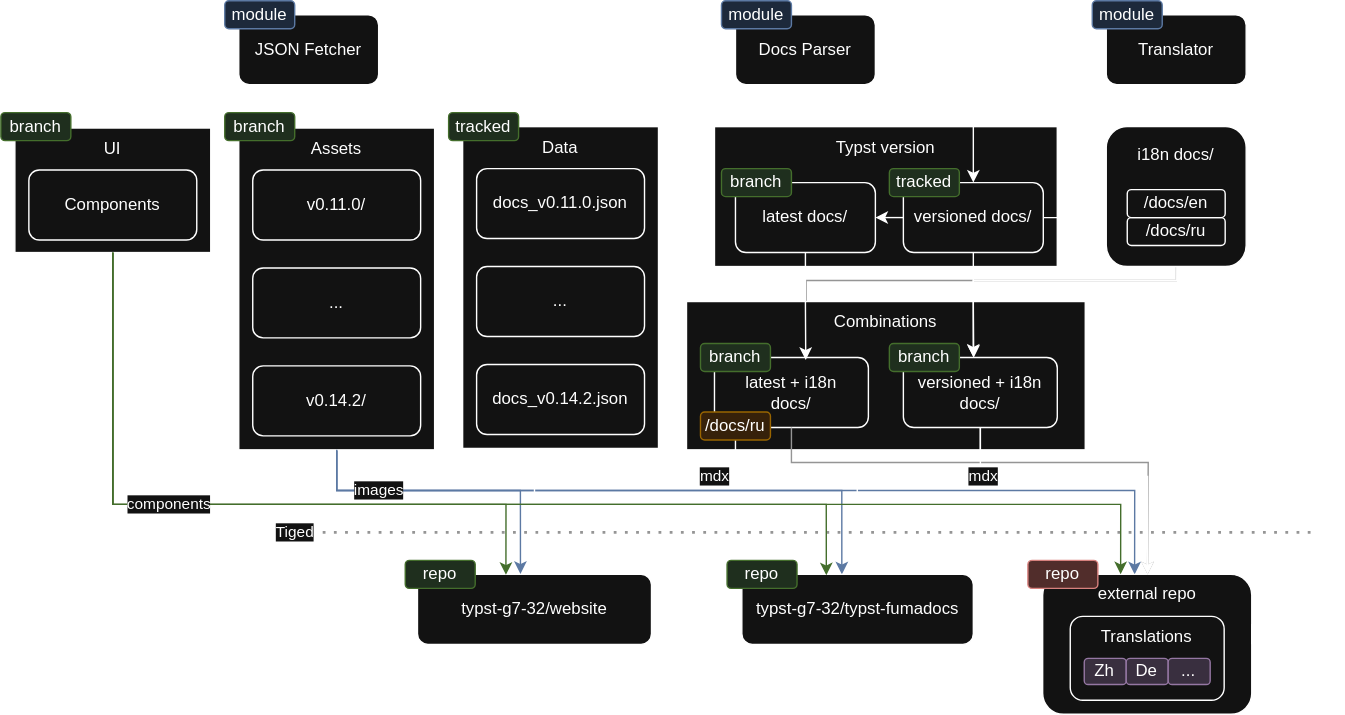
Earlier version of the draw.io export assets/pipeline.svg (riyandiweb/typst-mdx-docs). Source tidied: cells renumbered, new cells last; positions are measured from the earlier drawing's top-left corner, leaving out a move shared by most shapes.
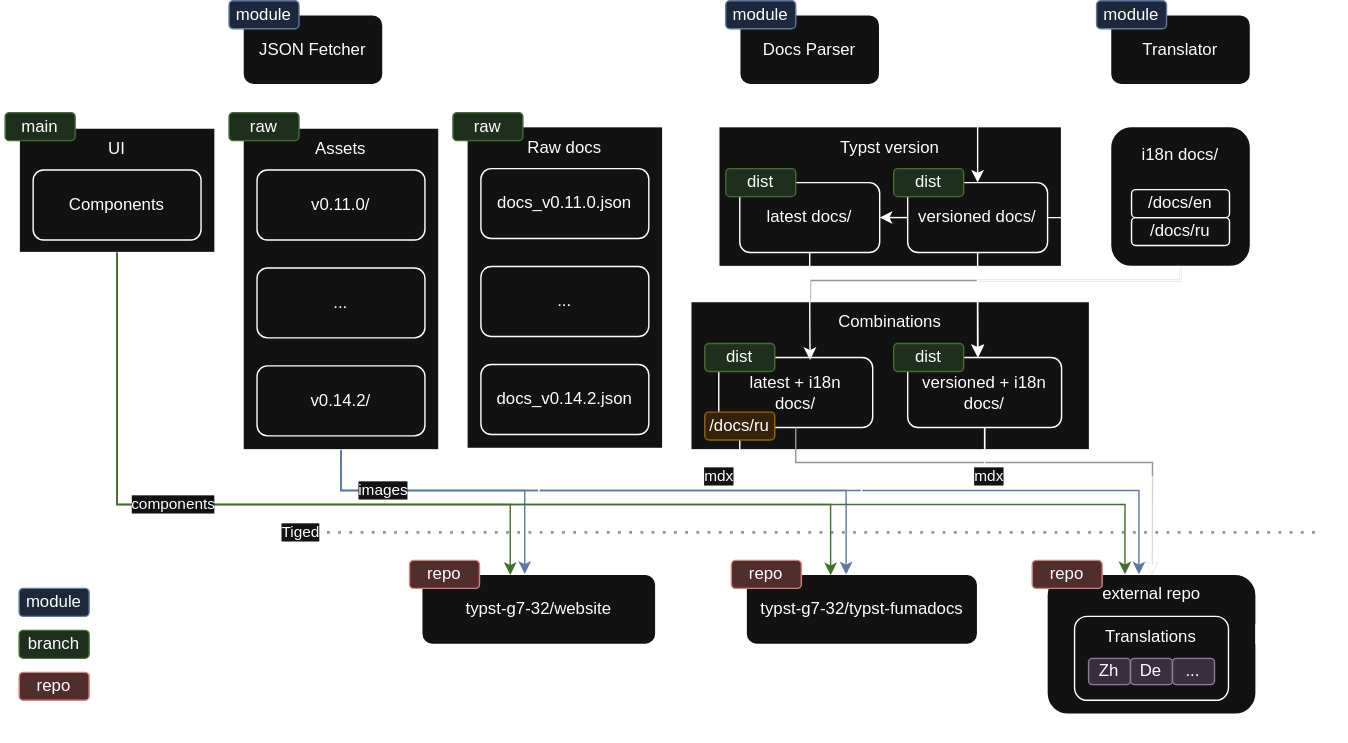
The same file after the commit.

Diff of the diagram source:
```diff
@@ -76,7 +76,7 @@
     <mxCell id="19" value="latest docs/" style="rounded=1;whiteSpace=wrap;html=1;" parent="18" vertex="1">
       <mxGeometry x="10" y="10" width="100" height="50" as="geometry" />
     </mxCell>
-    <mxCell id="20" value="branch" style="rounded=1;whiteSpace=wrap;html=1;fillColor=#d5e8d4;strokeColor=#82b366;" parent="18" vertex="1">
+    <mxCell id="20" value="dist" style="rounded=1;whiteSpace=wrap;html=1;fillColor=#d5e8d4;strokeColor=#82b366;" parent="18" vertex="1">
       <mxGeometry width="50" height="20" as="geometry" />
     </mxCell>
     <mxCell id="21" style="group;" parent="16" vertex="1">
@@ -85,7 +85,7 @@
     <mxCell id="22" value="versioned docs/" style="rounded=1;whiteSpace=wrap;html=1;" parent="21" vertex="1">
       <mxGeometry x="10" y="10" width="100" height="50" as="geometry" />
     </mxCell>
-    <mxCell id="23" value="tracked" style="rounded=1;whiteSpace=wrap;html=1;fillColor=#d5e8d4;strokeColor=#82b366;" parent="21" vertex="1">
+    <mxCell id="23" value="dist" style="rounded=1;whiteSpace=wrap;html=1;fillColor=#d5e8d4;strokeColor=#82b366;" parent="21" vertex="1">
       <mxGeometry width="50" height="20" as="geometry" />
     </mxCell>
     <mxCell id="24" value="Typst version" style="text;html=1;whiteSpace=wrap;strokeColor=none;fillColor=none;align=center;verticalAlign=middle;rounded=0;" parent="16" vertex="1">
@@ -101,7 +101,7 @@
       <mxGeometry x="-20" width="285" height="106" as="geometry" />
     </mxCell>
     <mxCell id="28" value="Combinations" style="text;html=1;whiteSpace=wrap;strokeColor=none;fillColor=none;align=center;verticalAlign=middle;rounded=0;" parent="26" vertex="1">
-      <mxGeometry width="245" height="30" as="geometry" />
+      <mxGeometry x="-20" width="285" height="30" as="geometry" />
     </mxCell>
     <mxCell id="29" style="group;" parent="26" vertex="1">
       <mxGeometry x="125" y="30" width="120" height="60" as="geometry" />
@@ -109,13 +109,13 @@
     <mxCell id="30" value="versioned + i18n docs/" style="rounded=1;whiteSpace=wrap;html=1;" parent="29" vertex="1">
       <mxGeometry x="10" y="10" width="110" height="50" as="geometry" />
     </mxCell>
-    <mxCell id="31" value="branch" style="rounded=1;whiteSpace=wrap;html=1;fillColor=#d5e8d4;strokeColor=#82b366;" parent="29" vertex="1">
+    <mxCell id="31" value="dist" style="rounded=1;whiteSpace=wrap;html=1;fillColor=#d5e8d4;strokeColor=#82b366;" parent="29" vertex="1">
       <mxGeometry width="50" height="20" as="geometry" />
     </mxCell>
     <mxCell id="32" value="&lt;div&gt;latest + i18n&lt;/div&gt;&lt;div&gt;docs/&lt;/div&gt;" style="rounded=1;whiteSpace=wrap;html=1;" parent="26" vertex="1">
       <mxGeometry y="40" width="110" height="50" as="geometry" />
     </mxCell>
-    <mxCell id="33" value="branch" style="rounded=1;whiteSpace=wrap;html=1;fillColor=#d5e8d4;strokeColor=#82b366;" parent="26" vertex="1">
+    <mxCell id="33" value="dist" style="rounded=1;whiteSpace=wrap;html=1;fillColor=#d5e8d4;strokeColor=#82b366;" parent="26" vertex="1">
       <mxGeometry x="-10" y="30" width="50" height="20" as="geometry" />
     </mxCell>
     <mxCell id="34" style="edgeStyle=orthogonalEdgeStyle;rounded=0;jettySize=auto;html=1;entryX=0.593;entryY=0.034;entryDx=0;entryDy=0;entryPerimeter=0;" parent="16" edge="1" source="19" target="32">
@@ -145,10 +145,10 @@
     <mxCell id="42" value="docs_v0.14.2.json" style="rounded=1;whiteSpace=wrap;html=1;" parent="38" vertex="1">
       <mxGeometry x="40" y="170" width="120" height="50" as="geometry" />
     </mxCell>
-    <mxCell id="43" value="Data" style="text;html=1;whiteSpace=wrap;strokeColor=none;fillColor=none;align=center;verticalAlign=middle;rounded=0;" parent="38" vertex="1">
+    <mxCell id="43" value="Raw docs" style="text;html=1;whiteSpace=wrap;strokeColor=none;fillColor=none;align=center;verticalAlign=middle;rounded=0;" parent="38" vertex="1">
       <mxGeometry x="30" width="140" height="30" as="geometry" />
     </mxCell>
-    <mxCell id="44" value="tracked" style="rounded=1;whiteSpace=wrap;html=1;fillColor=#d5e8d4;strokeColor=#82b366;" parent="38" vertex="1">
+    <mxCell id="44" value="raw" style="rounded=1;whiteSpace=wrap;html=1;fillColor=#d5e8d4;strokeColor=#82b366;" parent="38" vertex="1">
       <mxGeometry x="20" y="-10" width="50" height="20" as="geometry" />
     </mxCell>
     <mxCell id="45" style="edgeStyle=orthogonalEdgeStyle;rounded=0;jettySize=auto;html=1;entryX=0.5;entryY=0;entryDx=0;entryDy=0;" parent="1" edge="1" source="8" target="43">
@@ -197,7 +197,7 @@
     <mxCell id="56" value="typst-g7-32/website" style="rounded=1;whiteSpace=wrap;html=1;" parent="55" vertex="1">
       <mxGeometry x="8.7" y="10" width="167.3" height="50" as="geometry" />
     </mxCell>
-    <mxCell id="57" value="repo" style="rounded=1;whiteSpace=wrap;html=1;fillColor=#d5e8d4;strokeColor=#82b366;" parent="55" vertex="1">
+    <mxCell id="57" value="repo" style="rounded=1;whiteSpace=wrap;html=1;fillColor=#f8cecc;strokeColor=#b85450;" parent="55" vertex="1">
       <mxGeometry width="50" height="20" as="geometry" />
     </mxCell>
     <mxCell id="58" style="group;" parent="1" vertex="1">
@@ -206,7 +206,7 @@
     <mxCell id="59" value="typst-g7-32/typst-fumadocs" style="rounded=1;whiteSpace=wrap;html=1;" parent="58" vertex="1">
       <mxGeometry x="14.6" y="10" width="165.4" height="50" as="geometry" />
     </mxCell>
-    <mxCell id="60" value="repo" style="rounded=1;whiteSpace=wrap;html=1;fillColor=#d5e8d4;strokeColor=#82b366;" parent="58" vertex="1">
+    <mxCell id="60" value="repo" style="rounded=1;whiteSpace=wrap;html=1;fillColor=#f8cecc;strokeColor=#b85450;" parent="58" vertex="1">
       <mxGeometry x="4" width="50" height="20" as="geometry" />
     </mxCell>
     <mxCell id="61" style="group;" parent="1" vertex="1">
@@ -298,7 +298,7 @@
     <mxCell id="80" style="rounded=0;whiteSpace=wrap;html=1;" parent="79" vertex="1">
       <mxGeometry x="10" y="11" width="140" height="230" as="geometry" />
     </mxCell>
-    <mxCell id="81" value="branch" style="rounded=1;whiteSpace=wrap;html=1;fillColor=#d5e8d4;strokeColor=#82b366;" parent="79" vertex="1">
+    <mxCell id="81" value="raw" style="rounded=1;whiteSpace=wrap;html=1;fillColor=#d5e8d4;strokeColor=#82b366;" parent="79" vertex="1">
       <mxGeometry width="50" height="20" as="geometry" />
     </mxCell>
     <mxCell id="82" value="Assets" style="text;html=1;whiteSpace=wrap;strokeColor=none;fillColor=none;align=center;verticalAlign=middle;rounded=0;" parent="79" vertex="1">
@@ -335,7 +335,7 @@
     <mxCell id="90" style="rounded=0;whiteSpace=wrap;html=1;" parent="89" vertex="1">
       <mxGeometry x="10" y="11" width="140" height="89" as="geometry" />
     </mxCell>
-    <mxCell id="91" value="branch" style="rounded=1;whiteSpace=wrap;html=1;fillColor=#d5e8d4;strokeColor=#82b366;" parent="89" vertex="1">
+    <mxCell id="91" value="main" style="rounded=1;whiteSpace=wrap;html=1;fillColor=#d5e8d4;strokeColor=#82b366;" parent="89" vertex="1">
       <mxGeometry width="50" height="20" as="geometry" />
     </mxCell>
     <mxCell id="92" value="UI" style="text;html=1;whiteSpace=wrap;strokeColor=none;fillColor=none;align=center;verticalAlign=middle;rounded=0;" parent="89" vertex="1">
@@ -376,5 +376,41 @@
     <mxCell id="98" style="edgeStyle=orthogonalEdgeStyle;rounded=0;jettySize=auto;html=1;entryX=0;entryY=0.5;entryDx=0;entryDy=0;" parent="1" edge="1" source="22" target="14">
       <mxGeometry relative="1" as="geometry" />
     </mxCell>
+    <mxCell id="99" style="group;" parent="1" vertex="1">
+      <mxGeometry x="-2.5" y="390" width="192.5" height="140" as="geometry" />
+    </mxCell>
+    <mxCell id="100" style="rounded=0;whiteSpace=wrap;html=1;fontSize=10;dashed=1;fillColor=none;" parent="99" vertex="1">
+      <mxGeometry width="180" height="120" as="geometry" />
+    </mxCell>
+    <mxCell id="101" style="group;" parent="99" vertex="1">
+      <mxGeometry x="12.5" y="90" width="165" height="50" as="geometry" />
+    </mxCell>
+    <mxCell id="102" value="repo" style="rounded=1;whiteSpace=wrap;html=1;fillColor=#f8cecc;strokeColor=#b85450;" parent="101" vertex="1">
+      <mxGeometry width="50" height="20" as="geometry" />
+    </mxCell>
+    <mxCell id="103" value="&lt;div align=&quot;left&quot;&gt;- repository&lt;/div&gt;" style="text;html=1;whiteSpace=wrap;strokeColor=none;fillColor=none;align=left;verticalAlign=middle;rounded=0;" parent="101" vertex="1">
+      <mxGeometry x="55" width="110" height="20" as="geometry" />
+    </mxCell>
+    <mxCell id="104" style="group;" parent="99" vertex="1">
+      <mxGeometry x="12.5" y="30" width="165" height="20" as="geometry" />
+    </mxCell>
+    <mxCell id="105" value="module" style="rounded=1;whiteSpace=wrap;html=1;fillColor=#dae8fc;strokeColor=#6c8ebf;" parent="104" vertex="1">
+      <mxGeometry width="50" height="20" as="geometry" />
+    </mxCell>
+    <mxCell id="106" value="- python code" style="text;html=1;whiteSpace=wrap;strokeColor=none;fillColor=none;align=left;verticalAlign=middle;rounded=0;" parent="104" vertex="1">
+      <mxGeometry x="55" width="110" height="20" as="geometry" />
+    </mxCell>
+    <mxCell id="107" style="group;" parent="99" vertex="1">
+      <mxGeometry x="12.5" y="60" width="165" height="20" as="geometry" />
+    </mxCell>
+    <mxCell id="108" value="branch" style="rounded=1;whiteSpace=wrap;html=1;fillColor=#d5e8d4;strokeColor=#82b366;" parent="107" vertex="1">
+      <mxGeometry width="50" height="20" as="geometry" />
+    </mxCell>
+    <mxCell id="109" value="- repository branch" style="text;html=1;whiteSpace=wrap;strokeColor=none;fillColor=none;align=left;verticalAlign=middle;rounded=0;" parent="107" vertex="1">
+      <mxGeometry x="55" width="110" height="20" as="geometry" />
+    </mxCell>
+    <mxCell id="110" value="Legend" style="text;html=1;whiteSpace=wrap;strokeColor=none;fillColor=none;align=center;verticalAlign=middle;rounded=0;" parent="99" vertex="1">
+      <mxGeometry x="0.5" width="192" height="30" as="geometry" />
+    </mxCell>
   </root>
 </mxGraphModel>
```
